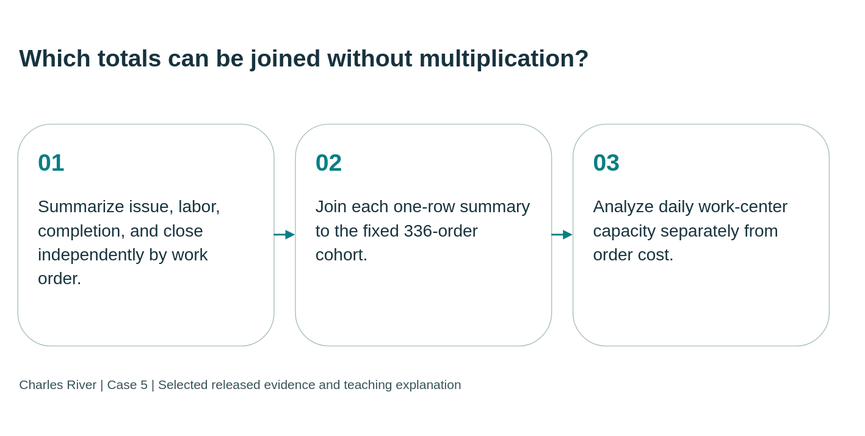
This is static/diagrams/cases/case05-grains.svg from mmcodesso/CharlesRiver_Database, a draw.io export, as it was before one commit. Source tidied: cells renumbered, new cells last; positions are measured from the earlier drawing's top-left corner, leaving out a move shared by most shapes. Its diagram source:
```xml
<mxGraphModel background="#f5f5ee">
  <root>
    <mxCell id="0" />
    <mxCell id="1" parent="0" />
    <mxCell id="2" value="Which totals can be joined without multiplication?" style="text;html=0;strokeColor=none;fillColor=none;align=left;verticalAlign=middle;whiteSpace=wrap;fontSize=28;fontStyle=1;fontColor=#17333e;fontFamily=Arial;" parent="1" vertex="1">
      <mxGeometry width="950" height="95" as="geometry" />
    </mxCell>
    <mxCell id="3" value="&lt;div style=&quot;font-size:28px;color:#087e83;font-weight:bold;margin-bottom:20px&quot;&gt;01&lt;/div&gt;&lt;div style=&quot;font-size:20px;line-height:1.4&quot;&gt;Summarize issue, labor, completion, and close independently by work order.&lt;/div&gt;" style="rounded=1;whiteSpace=wrap;html=1;fillColor=#ffffff;strokeColor=#a8bfc1;fontColor=#17333e;align=left;verticalAlign=top;spacing=24;fontFamily=Arial;fontSize=20;" parent="1" vertex="1">
      <mxGeometry y="125" width="300" height="260" as="geometry" />
    </mxCell>
    <mxCell id="4" value="&lt;div style=&quot;font-size:28px;color:#087e83;font-weight:bold;margin-bottom:20px&quot;&gt;02&lt;/div&gt;&lt;div style=&quot;font-size:20px;line-height:1.4&quot;&gt;Join each one-row summary to the fixed 336-order cohort.&lt;/div&gt;" style="rounded=1;whiteSpace=wrap;html=1;fillColor=#ffffff;strokeColor=#a8bfc1;fontColor=#17333e;align=left;verticalAlign=top;spacing=24;fontFamily=Arial;fontSize=20;" parent="1" vertex="1">
      <mxGeometry x="325" y="125" width="300" height="260" as="geometry" />
    </mxCell>
    <mxCell id="5" value="&lt;div style=&quot;font-size:28px;color:#087e83;font-weight:bold;margin-bottom:20px&quot;&gt;03&lt;/div&gt;&lt;div style=&quot;font-size:20px;line-height:1.4&quot;&gt;Analyze daily work-center capacity separately from order cost.&lt;/div&gt;" style="rounded=1;whiteSpace=wrap;html=1;fillColor=#ffffff;strokeColor=#a8bfc1;fontColor=#17333e;align=left;verticalAlign=top;spacing=24;fontFamily=Arial;fontSize=20;" parent="1" vertex="1">
      <mxGeometry x="650" y="125" width="300" height="260" as="geometry" />
    </mxCell>
    <mxCell id="6" style="edgeStyle=orthogonalEdgeStyle;rounded=0;html=1;endArrow=block;endFill=1;strokeColor=#087e83;strokeWidth=2;" parent="1" edge="1" source="3" target="4">
      <mxGeometry relative="1" as="geometry" />
    </mxCell>
    <mxCell id="7" style="edgeStyle=orthogonalEdgeStyle;rounded=0;html=1;endArrow=block;endFill=1;strokeColor=#087e83;strokeWidth=2;" parent="1" edge="1" source="4" target="5">
      <mxGeometry relative="1" as="geometry" />
    </mxCell>
    <mxCell id="8" value="Charles River | Case 5 | Selected released evidence and teaching explanation" style="text;html=0;strokeColor=none;fillColor=none;align=left;fontSize=15;fontColor=#38535b;fontFamily=Arial;" parent="1" vertex="1">
      <mxGeometry y="415" width="950" height="35" as="geometry" />
    </mxCell>
  </root>
</mxGraphModel>
```
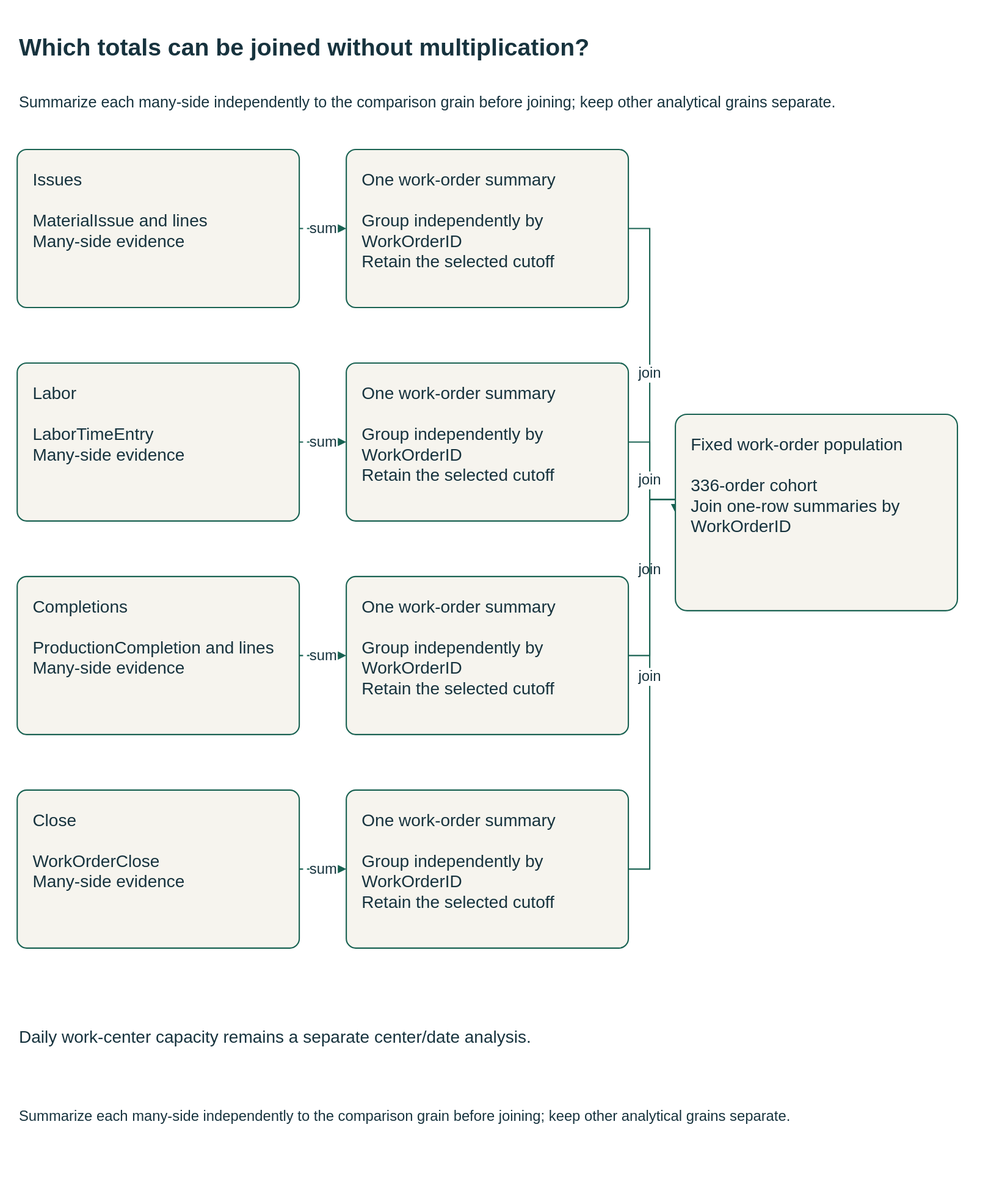
Later version of the same file.

What changed in the source:
```diff
@@ -1,27 +1,89 @@
-<mxGraphModel background="#f5f5ee">
+<mxGraphModel background="#FFFFFF">
   <root>
     <mxCell id="0" />
     <mxCell id="1" parent="0" />
-    <mxCell id="2" value="Which totals can be joined without multiplication?" style="text;html=0;strokeColor=none;fillColor=none;align=left;verticalAlign=middle;whiteSpace=wrap;fontSize=28;fontStyle=1;fontColor=#17333e;fontFamily=Arial;" parent="1" vertex="1">
-      <mxGeometry width="950" height="95" as="geometry" />
+    <mxCell id="2" value="Which totals can be joined without multiplication?" style="html=0;fontFamily=Arial;fontSize=20;fontColor=#17333e;strokeColor=#196252;strokeWidth=1.5;whiteSpace=wrap;text;strokeColor=none;fillColor=none;align=left;verticalAlign=middle;fontSize=28;fontStyle=1;" parent="1" vertex="1">
+      <mxGeometry y="-10" width="1110" height="70" as="geometry" />
     </mxCell>
+    <mxCell id="9" value="Summarize each many-side independently to the comparison grain before joining; keep other analytical grains separate." style="html=0;fontFamily=Arial;fontSize=20;fontColor=#17333e;strokeColor=#196252;strokeWidth=1.5;whiteSpace=wrap;text;strokeColor=none;fillColor=none;align=left;verticalAlign=middle;fontSize=18;fontStyle=0;" parent="1" vertex="1">
+      <mxGeometry y="62" width="1110" height="55" as="geometry" />
+    </mxCell>
-    <mxCell id="3" value="&lt;div style=&quot;font-size:28px;color:#087e83;font-weight:bold;margin-bottom:20px&quot;&gt;01&lt;/div&gt;&lt;div style=&quot;font-size:20px;line-height:1.4&quot;&gt;Summarize issue, labor, completion, and close independently by work order.&lt;/div&gt;" style="rounded=1;whiteSpace=wrap;html=1;fillColor=#ffffff;strokeColor=#a8bfc1;fontColor=#17333e;align=left;verticalAlign=top;spacing=24;fontFamily=Arial;fontSize=20;" parent="1" vertex="1">
-      <mxGeometry y="125" width="300" height="260" as="geometry" />
+    <mxCell id="3" value="Issues&#10;&#10;MaterialIssue and lines&#10;Many-side evidence" style="html=0;fontFamily=Arial;fontSize=20;fontColor=#17333e;strokeColor=#196252;strokeWidth=1.5;whiteSpace=wrap;rounded=1;arcSize=6;fillColor=#f6f4ee;align=left;verticalAlign=top;spacing=18;" parent="1" vertex="1">
+      <mxGeometry y="145" width="330" height="185" as="geometry" />
     </mxCell>
+    <mxCell id="10" value="One work-order summary&#10;&#10;Group independently by WorkOrderID&#10;Retain the selected cutoff" style="html=0;fontFamily=Arial;fontSize=20;fontColor=#17333e;strokeColor=#196252;strokeWidth=1.5;whiteSpace=wrap;rounded=1;arcSize=6;fillColor=#f6f4ee;align=left;verticalAlign=top;spacing=18;" parent="1" vertex="1">
+      <mxGeometry x="385" y="145" width="330" height="185" as="geometry" />
+    </mxCell>
+    <mxCell id="11" value="sum" style="html=0;fontFamily=Arial;fontSize=20;fontColor=#17333e;strokeColor=#196252;strokeWidth=1.5;whiteSpace=wrap;edgeStyle=orthogonalEdgeStyle;rounded=0;fillColor=none;fontSize=17;labelBackgroundColor=#FFFFFF;startArrow=none;endArrow=block;endFill=1;dashed=1;exitX=1;exitY=0.5;entryX=0;entryY=0.5;" parent="1" edge="1" source="3" target="10">
+      <mxGeometry relative="1" as="geometry" />
+    </mxCell>
+    <mxCell id="12" value="join" style="html=0;fontFamily=Arial;fontSize=20;fontColor=#17333e;strokeColor=#196252;strokeWidth=1.5;whiteSpace=wrap;edgeStyle=orthogonalEdgeStyle;rounded=0;fillColor=none;fontSize=17;labelBackgroundColor=#FFFFFF;startArrow=none;endArrow=block;endFill=1;dashed=0;exitX=1;exitY=0.5;entryX=0;entryY=0.5;" parent="1" edge="1" source="10" target="23">
+      <mxGeometry relative="1" as="geometry">
+        <Array as="points">
+          <mxPoint x="740" y="237" />
+          <mxPoint x="740" y="555" />
+        </Array>
+      </mxGeometry>
+    </mxCell>
-    <mxCell id="4" value="&lt;div style=&quot;font-size:28px;color:#087e83;font-weight:bold;margin-bottom:20px&quot;&gt;02&lt;/div&gt;&lt;div style=&quot;font-size:20px;line-height:1.4&quot;&gt;Join each one-row summary to the fixed 336-order cohort.&lt;/div&gt;" style="rounded=1;whiteSpace=wrap;html=1;fillColor=#ffffff;strokeColor=#a8bfc1;fontColor=#17333e;align=left;verticalAlign=top;spacing=24;fontFamily=Arial;fontSize=20;" parent="1" vertex="1">
-      <mxGeometry x="325" y="125" width="300" height="260" as="geometry" />
+    <mxCell id="4" value="Labor&#10;&#10;LaborTimeEntry&#10;Many-side evidence" style="html=0;fontFamily=Arial;fontSize=20;fontColor=#17333e;strokeColor=#196252;strokeWidth=1.5;whiteSpace=wrap;rounded=1;arcSize=6;fillColor=#f6f4ee;align=left;verticalAlign=top;spacing=18;" parent="1" vertex="1">
+      <mxGeometry y="395" width="330" height="185" as="geometry" />
     </mxCell>
+    <mxCell id="13" value="One work-order summary&#10;&#10;Group independently by WorkOrderID&#10;Retain the selected cutoff" style="html=0;fontFamily=Arial;fontSize=20;fontColor=#17333e;strokeColor=#196252;strokeWidth=1.5;whiteSpace=wrap;rounded=1;arcSize=6;fillColor=#f6f4ee;align=left;verticalAlign=top;spacing=18;" parent="1" vertex="1">
+      <mxGeometry x="385" y="395" width="330" height="185" as="geometry" />
+    </mxCell>
+    <mxCell id="14" value="sum" style="html=0;fontFamily=Arial;fontSize=20;fontColor=#17333e;strokeColor=#196252;strokeWidth=1.5;whiteSpace=wrap;edgeStyle=orthogonalEdgeStyle;rounded=0;fillColor=none;fontSize=17;labelBackgroundColor=#FFFFFF;startArrow=none;endArrow=block;endFill=1;dashed=1;exitX=1;exitY=0.5;entryX=0;entryY=0.5;" parent="1" edge="1" source="4" target="13">
+      <mxGeometry relative="1" as="geometry" />
+    </mxCell>
+    <mxCell id="15" value="join" style="html=0;fontFamily=Arial;fontSize=20;fontColor=#17333e;strokeColor=#196252;strokeWidth=1.5;whiteSpace=wrap;edgeStyle=orthogonalEdgeStyle;rounded=0;fillColor=none;fontSize=17;labelBackgroundColor=#FFFFFF;startArrow=none;endArrow=block;endFill=1;dashed=0;exitX=1;exitY=0.5;entryX=0;entryY=0.5;" parent="1" edge="1" source="13" target="23">
+      <mxGeometry relative="1" as="geometry">
+        <Array as="points">
+          <mxPoint x="740" y="487" />
+          <mxPoint x="740" y="555" />
+        </Array>
+      </mxGeometry>
+    </mxCell>
-    <mxCell id="5" value="&lt;div style=&quot;font-size:28px;color:#087e83;font-weight:bold;margin-bottom:20px&quot;&gt;03&lt;/div&gt;&lt;div style=&quot;font-size:20px;line-height:1.4&quot;&gt;Analyze daily work-center capacity separately from order cost.&lt;/div&gt;" style="rounded=1;whiteSpace=wrap;html=1;fillColor=#ffffff;strokeColor=#a8bfc1;fontColor=#17333e;align=left;verticalAlign=top;spacing=24;fontFamily=Arial;fontSize=20;" parent="1" vertex="1">
-      <mxGeometry x="650" y="125" width="300" height="260" as="geometry" />
+    <mxCell id="5" value="Completions&#10;&#10;ProductionCompletion and lines&#10;Many-side evidence" style="html=0;fontFamily=Arial;fontSize=20;fontColor=#17333e;strokeColor=#196252;strokeWidth=1.5;whiteSpace=wrap;rounded=1;arcSize=6;fillColor=#f6f4ee;align=left;verticalAlign=top;spacing=18;" parent="1" vertex="1">
+      <mxGeometry y="645" width="330" height="185" as="geometry" />
     </mxCell>
-    <mxCell id="6" style="edgeStyle=orthogonalEdgeStyle;rounded=0;html=1;endArrow=block;endFill=1;strokeColor=#087e83;strokeWidth=2;" parent="1" edge="1" source="3" target="4">
-      <mxGeometry relative="1" as="geometry" />
-    </mxCell>
-    <mxCell id="7" style="edgeStyle=orthogonalEdgeStyle;rounded=0;html=1;endArrow=block;endFill=1;strokeColor=#087e83;strokeWidth=2;" parent="1" edge="1" source="4" target="5">
-      <mxGeometry relative="1" as="geometry" />
-    </mxCell>
+    <mxCell id="16" value="One work-order summary&#10;&#10;Group independently by WorkOrderID&#10;Retain the selected cutoff" style="html=0;fontFamily=Arial;fontSize=20;fontColor=#17333e;strokeColor=#196252;strokeWidth=1.5;whiteSpace=wrap;rounded=1;arcSize=6;fillColor=#f6f4ee;align=left;verticalAlign=top;spacing=18;" parent="1" vertex="1">
+      <mxGeometry x="385" y="645" width="330" height="185" as="geometry" />
+    </mxCell>
+    <mxCell id="17" value="sum" style="html=0;fontFamily=Arial;fontSize=20;fontColor=#17333e;strokeColor=#196252;strokeWidth=1.5;whiteSpace=wrap;edgeStyle=orthogonalEdgeStyle;rounded=0;fillColor=none;fontSize=17;labelBackgroundColor=#FFFFFF;startArrow=none;endArrow=block;endFill=1;dashed=1;exitX=1;exitY=0.5;entryX=0;entryY=0.5;" parent="1" edge="1" source="5" target="16">
+      <mxGeometry relative="1" as="geometry" />
+    </mxCell>
+    <mxCell id="18" value="join" style="html=0;fontFamily=Arial;fontSize=20;fontColor=#17333e;strokeColor=#196252;strokeWidth=1.5;whiteSpace=wrap;edgeStyle=orthogonalEdgeStyle;rounded=0;fillColor=none;fontSize=17;labelBackgroundColor=#FFFFFF;startArrow=none;endArrow=block;endFill=1;dashed=0;exitX=1;exitY=0.5;entryX=0;entryY=0.5;" parent="1" edge="1" source="16" target="23">
+      <mxGeometry relative="1" as="geometry">
+        <Array as="points">
+          <mxPoint x="740" y="737" />
+          <mxPoint x="740" y="555" />
+        </Array>
+      </mxGeometry>
+    </mxCell>
+    <mxCell id="19" value="Close&#10;&#10;WorkOrderClose&#10;Many-side evidence" style="html=0;fontFamily=Arial;fontSize=20;fontColor=#17333e;strokeColor=#196252;strokeWidth=1.5;whiteSpace=wrap;rounded=1;arcSize=6;fillColor=#f6f4ee;align=left;verticalAlign=top;spacing=18;" parent="1" vertex="1">
+      <mxGeometry y="895" width="330" height="185" as="geometry" />
+    </mxCell>
+    <mxCell id="20" value="One work-order summary&#10;&#10;Group independently by WorkOrderID&#10;Retain the selected cutoff" style="html=0;fontFamily=Arial;fontSize=20;fontColor=#17333e;strokeColor=#196252;strokeWidth=1.5;whiteSpace=wrap;rounded=1;arcSize=6;fillColor=#f6f4ee;align=left;verticalAlign=top;spacing=18;" parent="1" vertex="1">
+      <mxGeometry x="385" y="895" width="330" height="185" as="geometry" />
+    </mxCell>
+    <mxCell id="21" value="sum" style="html=0;fontFamily=Arial;fontSize=20;fontColor=#17333e;strokeColor=#196252;strokeWidth=1.5;whiteSpace=wrap;edgeStyle=orthogonalEdgeStyle;rounded=0;fillColor=none;fontSize=17;labelBackgroundColor=#FFFFFF;startArrow=none;endArrow=block;endFill=1;dashed=1;exitX=1;exitY=0.5;entryX=0;entryY=0.5;" parent="1" edge="1" source="19" target="20">
+      <mxGeometry relative="1" as="geometry" />
+    </mxCell>
+    <mxCell id="22" value="join" style="html=0;fontFamily=Arial;fontSize=20;fontColor=#17333e;strokeColor=#196252;strokeWidth=1.5;whiteSpace=wrap;edgeStyle=orthogonalEdgeStyle;rounded=0;fillColor=none;fontSize=17;labelBackgroundColor=#FFFFFF;startArrow=none;endArrow=block;endFill=1;dashed=0;exitX=1;exitY=0.5;entryX=0;entryY=0.5;" parent="1" edge="1" source="20" target="23">
+      <mxGeometry relative="1" as="geometry">
+        <Array as="points">
+          <mxPoint x="740" y="987" />
+          <mxPoint x="740" y="555" />
+        </Array>
+      </mxGeometry>
+    </mxCell>
+    <mxCell id="23" value="Fixed work-order population&#10;&#10;336-order cohort&#10;Join one-row summaries by WorkOrderID" style="html=0;fontFamily=Arial;fontSize=20;fontColor=#17333e;strokeColor=#196252;strokeWidth=1.5;whiteSpace=wrap;rounded=1;arcSize=6;fillColor=#f6f4ee;align=left;verticalAlign=top;spacing=18;" parent="1" vertex="1">
+      <mxGeometry x="770" y="455" width="330" height="230" as="geometry" />
+    </mxCell>
+    <mxCell id="24" value="Daily work-center capacity remains a separate center/date analysis." style="html=0;fontFamily=Arial;fontSize=20;fontColor=#17333e;strokeColor=#196252;strokeWidth=1.5;whiteSpace=wrap;text;strokeColor=none;fillColor=none;align=left;verticalAlign=middle;fontSize=20;fontStyle=0;" parent="1" vertex="1">
+      <mxGeometry y="1155" width="1080" height="55" as="geometry" />
+    </mxCell>
-    <mxCell id="8" value="Charles River | Case 5 | Selected released evidence and teaching explanation" style="text;html=0;strokeColor=none;fillColor=none;align=left;fontSize=15;fontColor=#38535b;fontFamily=Arial;" parent="1" vertex="1">
-      <mxGeometry y="415" width="950" height="35" as="geometry" />
+    <mxCell id="8" value="Summarize each many-side independently to the comparison grain before joining; keep other analytical grains separate." style="html=0;fontFamily=Arial;fontSize=20;fontColor=#17333e;strokeColor=#196252;strokeWidth=1.5;whiteSpace=wrap;text;strokeColor=none;fillColor=none;align=left;verticalAlign=middle;fontSize=17;fontStyle=0;" parent="1" vertex="1">
+      <mxGeometry y="1247" width="1110" height="60" as="geometry" />
     </mxCell>
   </root>
 </mxGraphModel>
```
